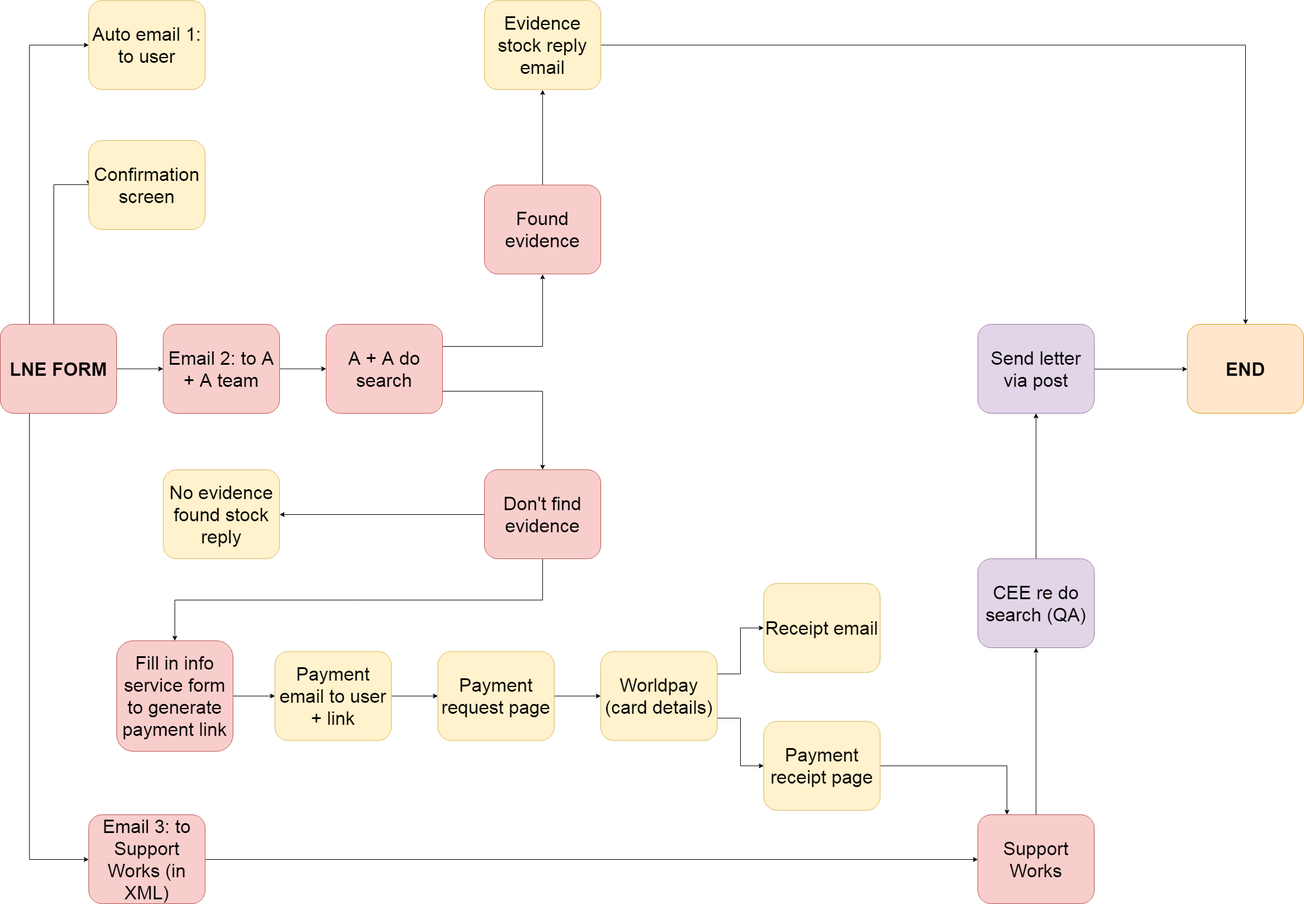
The draw.io diagram documentation/LNE backend workflow.png in nationalarchives/letters-of-no-evidence, before a commit. Source tidied: cells renumbered, new cells last; positions are measured from the earlier drawing's top-left corner, leaving out a move shared by most shapes. Its diagram source:
```xml
<mxGraphModel background="#ffffff">
  <root>
    <mxCell id="0" />
    <mxCell id="1" parent="0" />
    <mxCell id="2" style="edgeStyle=orthogonalEdgeStyle;rounded=0;html=1;exitX=1;exitY=0.5;entryX=0;entryY=0.5;jettySize=auto;fontSize=32;" parent="1" edge="1" source="3" target="4">
      <mxGeometry relative="1" as="geometry" />
    </mxCell>
    <mxCell id="3" value="&lt;font style=&quot;font-size: 32px;&quot;&gt;Send letter via post&lt;/font&gt;" style="rounded=1;whiteSpace=wrap;html=1;fillColor=#e1d5e7;strokeColor=#9673a6;fontSize=32;" parent="1" vertex="1">
      <mxGeometry x="1680" y="556" width="200" height="153" as="geometry" />
    </mxCell>
    <mxCell id="4" value="&lt;font style=&quot;font-size: 32px&quot;&gt;&lt;b&gt;END&lt;/b&gt;&lt;/font&gt;" style="rounded=1;whiteSpace=wrap;html=1;fillColor=#ffe6cc;strokeColor=#d79b00;fontSize=32;" parent="1" vertex="1">
      <mxGeometry x="2040" y="556" width="200" height="153" as="geometry" />
    </mxCell>
    <mxCell id="5" style="edgeStyle=orthogonalEdgeStyle;rounded=0;html=1;exitX=0.5;exitY=0;entryX=0.5;entryY=1;jettySize=auto;fontSize=32;" parent="1" edge="1" source="6" target="3">
      <mxGeometry relative="1" as="geometry" />
    </mxCell>
    <mxCell id="6" value="CEE re do search (QA)" style="rounded=1;whiteSpace=wrap;html=1;fillColor=#e1d5e7;strokeColor=#9673a6;fontSize=32;" parent="1" vertex="1">
      <mxGeometry x="1680" y="959" width="200" height="153" as="geometry" />
    </mxCell>
    <mxCell id="7" style="edgeStyle=orthogonalEdgeStyle;rounded=0;html=1;exitX=0.25;exitY=0;jettySize=auto;fontSize=32;entryX=0;entryY=0.5;" parent="1" edge="1" source="11" target="23">
      <mxGeometry relative="1" as="geometry" />
    </mxCell>
    <mxCell id="8" style="edgeStyle=orthogonalEdgeStyle;rounded=0;html=1;exitX=0.5;exitY=0;jettySize=auto;fontSize=32;entryX=0;entryY=0.5;" parent="1" edge="1" source="11" target="22">
      <mxGeometry relative="1" as="geometry">
        <Array as="points">
          <mxPoint x="92" y="556" />
          <mxPoint x="92" y="316" />
        </Array>
      </mxGeometry>
    </mxCell>
    <mxCell id="9" style="edgeStyle=orthogonalEdgeStyle;rounded=0;html=1;jettySize=auto;fontSize=32;" parent="1" edge="1" source="11" target="13">
      <mxGeometry relative="1" as="geometry" />
    </mxCell>
    <mxCell id="10" style="edgeStyle=orthogonalEdgeStyle;rounded=0;html=1;exitX=0.25;exitY=1;jettySize=auto;fontSize=32;entryX=0;entryY=0.5;" parent="1" edge="1" source="11" target="21">
      <mxGeometry relative="1" as="geometry" />
    </mxCell>
    <mxCell id="11" value="&lt;font style=&quot;font-size: 32px&quot;&gt;&lt;b&gt;LNE FORM&lt;/b&gt;&lt;/font&gt;" style="rounded=1;whiteSpace=wrap;html=1;fillColor=#f8cecc;strokeColor=#b85450;fontSize=32;" parent="1" vertex="1">
      <mxGeometry y="556" width="200" height="153" as="geometry" />
    </mxCell>
    <mxCell id="12" style="edgeStyle=orthogonalEdgeStyle;rounded=0;html=1;jettySize=auto;fontSize=32;" parent="1" edge="1" source="13" target="16">
      <mxGeometry relative="1" as="geometry" />
    </mxCell>
    <mxCell id="13" value="&lt;font style=&quot;font-size: 32px;&quot;&gt;Email 2: to A + A team&lt;/font&gt;" style="rounded=1;whiteSpace=wrap;html=1;fillColor=#f8cecc;strokeColor=#b85450;fontSize=32;" parent="1" vertex="1">
      <mxGeometry x="280" y="556" width="200" height="153" as="geometry" />
    </mxCell>
    <mxCell id="14" style="edgeStyle=orthogonalEdgeStyle;rounded=0;html=1;exitX=1;exitY=0.25;jettySize=auto;fontSize=32;entryX=0.5;entryY=1;" parent="1" edge="1" source="16" target="25">
      <mxGeometry relative="1" as="geometry" />
    </mxCell>
    <mxCell id="15" style="edgeStyle=orthogonalEdgeStyle;rounded=0;html=1;exitX=1;exitY=0.75;jettySize=auto;fontSize=32;entryX=0.5;entryY=0;" parent="1" edge="1" source="16" target="19">
      <mxGeometry relative="1" as="geometry" />
    </mxCell>
    <mxCell id="16" value="&lt;font style=&quot;font-size: 32px;&quot;&gt;A + A do search&lt;/font&gt;" style="rounded=1;whiteSpace=wrap;html=1;fillColor=#f8cecc;strokeColor=#b85450;fontSize=32;" parent="1" vertex="1">
      <mxGeometry x="560" y="556" width="200" height="153" as="geometry" />
    </mxCell>
    <mxCell id="17" style="edgeStyle=orthogonalEdgeStyle;rounded=0;html=1;exitX=0;exitY=0.5;entryX=1;entryY=0.5;jettySize=auto;fontSize=32;" parent="1" edge="1" source="19" target="42">
      <mxGeometry relative="1" as="geometry" />
    </mxCell>
    <mxCell id="18" style="edgeStyle=orthogonalEdgeStyle;rounded=0;html=1;exitX=0.5;exitY=1;jettySize=auto;fontSize=32;entryX=0.5;entryY=0;" parent="1" edge="1" source="19" target="29">
      <mxGeometry relative="1" as="geometry" />
    </mxCell>
    <mxCell id="19" value="&lt;font style=&quot;font-size: 32px;&quot;&gt;Don't find evidence&lt;/font&gt;" style="rounded=1;whiteSpace=wrap;html=1;fillColor=#f8cecc;strokeColor=#b85450;fontSize=32;" parent="1" vertex="1">
      <mxGeometry x="832" y="806" width="200" height="153" as="geometry" />
    </mxCell>
    <mxCell id="20" style="edgeStyle=orthogonalEdgeStyle;rounded=0;html=1;exitX=1;exitY=0.5;entryX=0;entryY=0.5;jettySize=auto;fontSize=32;" parent="1" edge="1" source="21" target="38">
      <mxGeometry relative="1" as="geometry" />
    </mxCell>
    <mxCell id="21" value="&lt;font style=&quot;font-size: 32px&quot;&gt;Email 3: to Support Works (in XML)&lt;/font&gt;" style="rounded=1;whiteSpace=wrap;html=1;fillColor=#f8cecc;strokeColor=#b85450;fontSize=32;" parent="1" vertex="1">
      <mxGeometry x="152" y="1399" width="200" height="153" as="geometry" />
    </mxCell>
    <mxCell id="22" value="&lt;font style=&quot;font-size: 32px;&quot;&gt;Confirmation screen&lt;/font&gt;" style="rounded=1;whiteSpace=wrap;html=1;fillColor=#fff2cc;strokeColor=#d6b656;fontSize=32;" parent="1" vertex="1">
      <mxGeometry x="152" y="240" width="200" height="153" as="geometry" />
    </mxCell>
    <mxCell id="23" value="&lt;font style=&quot;font-size: 32px;&quot;&gt;Auto email 1: to user&lt;/font&gt;" style="rounded=1;whiteSpace=wrap;html=1;fillColor=#fff2cc;strokeColor=#d6b656;fontSize=32;" parent="1" vertex="1">
      <mxGeometry x="152" y="-0.5" width="200" height="153" as="geometry" />
    </mxCell>
    <mxCell id="24" style="edgeStyle=orthogonalEdgeStyle;rounded=0;html=1;exitX=0.5;exitY=0;entryX=0.5;entryY=1;jettySize=auto;fontSize=32;" parent="1" edge="1" source="25" target="27">
      <mxGeometry relative="1" as="geometry" />
    </mxCell>
    <mxCell id="25" value="&lt;font style=&quot;font-size: 32px;&quot;&gt;Found evidence&lt;/font&gt;" style="rounded=1;whiteSpace=wrap;html=1;fillColor=#f8cecc;strokeColor=#b85450;fontSize=32;" parent="1" vertex="1">
      <mxGeometry x="832" y="316.5" width="200" height="153" as="geometry" />
    </mxCell>
    <mxCell id="26" style="edgeStyle=orthogonalEdgeStyle;rounded=0;html=1;exitX=1;exitY=0.5;jettySize=auto;fontSize=32;entryX=0.5;entryY=0;" parent="1" edge="1" source="27" target="4">
      <mxGeometry relative="1" as="geometry" />
    </mxCell>
    <mxCell id="27" value="&lt;font style=&quot;font-size: 32px;&quot;&gt;Evidence stock reply email&lt;/font&gt;" style="rounded=1;whiteSpace=wrap;html=1;fillColor=#fff2cc;strokeColor=#d6b656;fontSize=32;" parent="1" vertex="1">
      <mxGeometry x="832" y="-0.5" width="200" height="153" as="geometry" />
    </mxCell>
    <mxCell id="28" style="edgeStyle=orthogonalEdgeStyle;rounded=0;html=1;jettySize=auto;fontSize=32;" parent="1" edge="1" source="29" target="31">
      <mxGeometry relative="1" as="geometry" />
    </mxCell>
    <mxCell id="29" value="&lt;font style=&quot;font-size: 32px&quot;&gt;Fill in info service form to generate payment link&lt;/font&gt;" style="rounded=1;whiteSpace=wrap;html=1;fillColor=#f8cecc;strokeColor=#b85450;fontSize=32;" parent="1" vertex="1">
      <mxGeometry x="200" y="1100" width="200" height="190" as="geometry" />
    </mxCell>
    <mxCell id="30" style="edgeStyle=orthogonalEdgeStyle;rounded=0;html=1;jettySize=auto;fontSize=32;" parent="1" edge="1" source="31" target="36">
      <mxGeometry relative="1" as="geometry" />
    </mxCell>
    <mxCell id="31" value="&lt;font style=&quot;font-size: 32px;&quot;&gt;Payment email to user + link&lt;/font&gt;" style="rounded=1;whiteSpace=wrap;html=1;fillColor=#fff2cc;strokeColor=#d6b656;fontSize=32;" parent="1" vertex="1">
      <mxGeometry x="472" y="1118.5" width="200" height="153" as="geometry" />
    </mxCell>
    <mxCell id="32" style="edgeStyle=orthogonalEdgeStyle;rounded=0;html=1;exitX=1;exitY=0.25;entryX=0;entryY=0.5;jettySize=auto;fontSize=32;" parent="1" edge="1" source="34" target="39">
      <mxGeometry relative="1" as="geometry" />
    </mxCell>
    <mxCell id="33" style="edgeStyle=orthogonalEdgeStyle;rounded=0;html=1;exitX=1;exitY=0.75;entryX=0;entryY=0.5;jettySize=auto;fontSize=32;" parent="1" edge="1" source="34" target="41">
      <mxGeometry relative="1" as="geometry" />
    </mxCell>
    <mxCell id="34" value="&lt;font style=&quot;font-size: 32px;&quot;&gt;Worldpay (card details)&lt;/font&gt;" style="rounded=1;whiteSpace=wrap;html=1;fillColor=#fff2cc;strokeColor=#d6b656;fontSize=32;" parent="1" vertex="1">
      <mxGeometry x="1032" y="1118.5" width="200" height="153" as="geometry" />
    </mxCell>
    <mxCell id="35" style="edgeStyle=orthogonalEdgeStyle;rounded=0;html=1;jettySize=auto;fontSize=32;" parent="1" edge="1" source="36" target="34">
      <mxGeometry relative="1" as="geometry" />
    </mxCell>
    <mxCell id="36" value="&lt;font style=&quot;font-size: 32px;&quot;&gt;Payment request page&lt;/font&gt;" style="rounded=1;whiteSpace=wrap;html=1;fillColor=#fff2cc;strokeColor=#d6b656;fontSize=32;" parent="1" vertex="1">
      <mxGeometry x="752" y="1118.5" width="200" height="153" as="geometry" />
    </mxCell>
    <mxCell id="37" style="edgeStyle=orthogonalEdgeStyle;rounded=0;html=1;exitX=0.5;exitY=0;entryX=0.5;entryY=1;jettySize=auto;fontSize=32;" parent="1" edge="1" source="38" target="6">
      <mxGeometry relative="1" as="geometry" />
    </mxCell>
    <mxCell id="38" value="&lt;font style=&quot;font-size: 32px&quot;&gt;Support Works&lt;/font&gt;" style="rounded=1;whiteSpace=wrap;html=1;fillColor=#f8cecc;strokeColor=#b85450;fontSize=32;" parent="1" vertex="1">
      <mxGeometry x="1680" y="1399" width="200" height="153" as="geometry" />
    </mxCell>
    <mxCell id="39" value="Receipt email" style="rounded=1;whiteSpace=wrap;html=1;fillColor=#fff2cc;strokeColor=#d6b656;fontSize=32;" parent="1" vertex="1">
      <mxGeometry x="1312" y="1001.5" width="200" height="153" as="geometry" />
    </mxCell>
    <mxCell id="40" style="edgeStyle=orthogonalEdgeStyle;rounded=0;html=1;jettySize=auto;fontSize=32;entryX=0.25;entryY=0;" parent="1" edge="1" source="41" target="38">
      <mxGeometry relative="1" as="geometry" />
    </mxCell>
    <mxCell id="41" value="&lt;font style=&quot;font-size: 32px;&quot;&gt;Payment receipt page&lt;/font&gt;" style="rounded=1;whiteSpace=wrap;html=1;fillColor=#fff2cc;strokeColor=#d6b656;fontSize=32;" parent="1" vertex="1">
      <mxGeometry x="1312" y="1238.5" width="200" height="153" as="geometry" />
    </mxCell>
    <mxCell id="42" value="&lt;font style=&quot;font-size: 32px;&quot;&gt;No evidence found stock reply&lt;/font&gt;" style="rounded=1;whiteSpace=wrap;html=1;fillColor=#fff2cc;strokeColor=#d6b656;fontSize=32;" parent="1" vertex="1">
      <mxGeometry x="280" y="806" width="200" height="153" as="geometry" />
    </mxCell>
  </root>
</mxGraphModel>
```
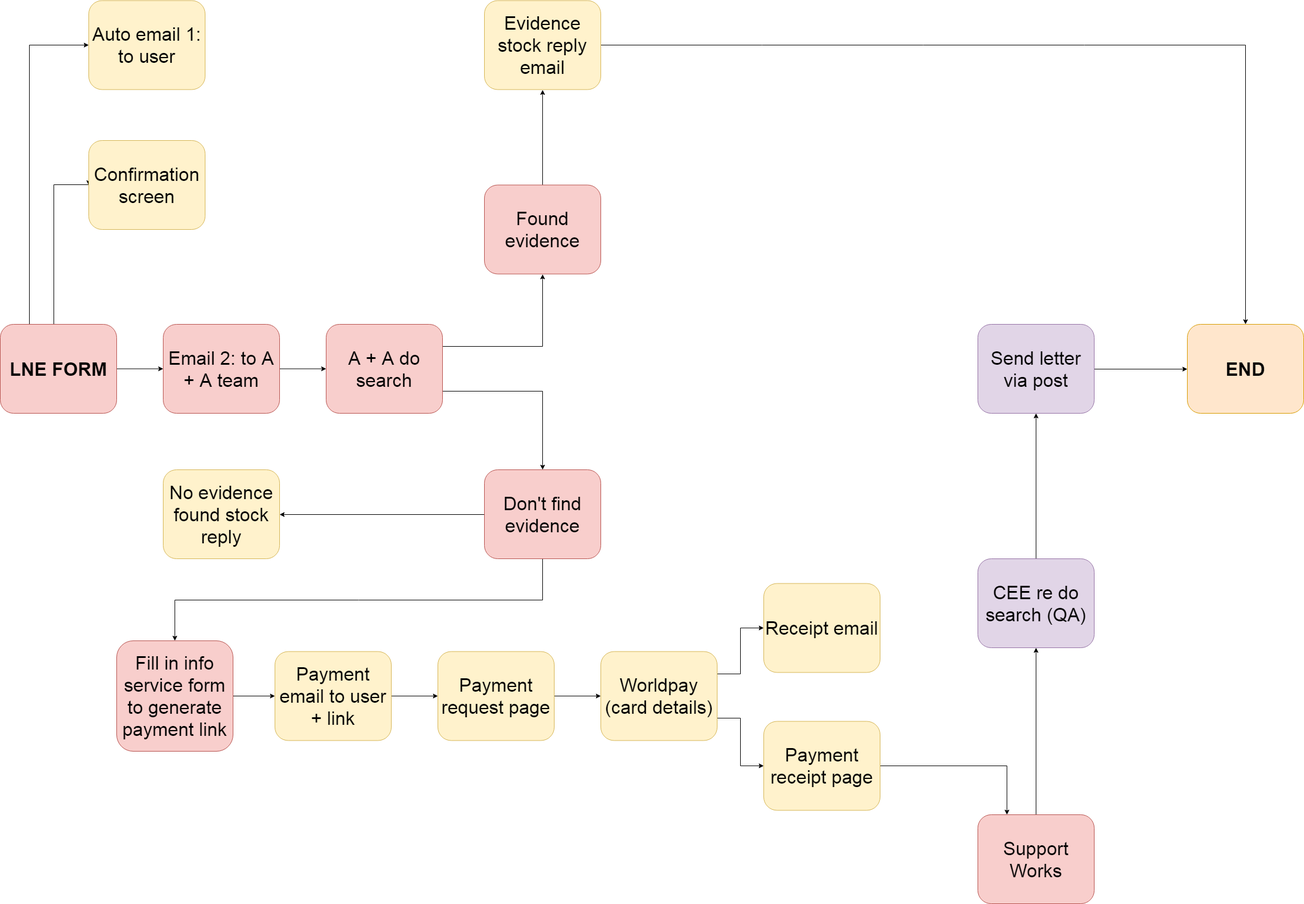
Later version of the same file.

Change to the diagram source:
```diff
@@ -31,9 +31,6 @@
     <mxCell id="9" style="edgeStyle=orthogonalEdgeStyle;rounded=0;html=1;jettySize=auto;fontSize=32;" parent="1" edge="1" source="11" target="13">
       <mxGeometry relative="1" as="geometry" />
     </mxCell>
-    <mxCell id="10" style="edgeStyle=orthogonalEdgeStyle;rounded=0;html=1;exitX=0.25;exitY=1;jettySize=auto;fontSize=32;entryX=0;entryY=0.5;" parent="1" edge="1" source="11" target="21">
-      <mxGeometry relative="1" as="geometry" />
-    </mxCell>
     <mxCell id="11" value="&lt;font style=&quot;font-size: 32px&quot;&gt;&lt;b&gt;LNE FORM&lt;/b&gt;&lt;/font&gt;" style="rounded=1;whiteSpace=wrap;html=1;fillColor=#f8cecc;strokeColor=#b85450;fontSize=32;" parent="1" vertex="1">
       <mxGeometry y="556" width="200" height="153" as="geometry" />
     </mxCell>
@@ -61,12 +58,6 @@
     <mxCell id="19" value="&lt;font style=&quot;font-size: 32px;&quot;&gt;Don't find evidence&lt;/font&gt;" style="rounded=1;whiteSpace=wrap;html=1;fillColor=#f8cecc;strokeColor=#b85450;fontSize=32;" parent="1" vertex="1">
       <mxGeometry x="832" y="806" width="200" height="153" as="geometry" />
     </mxCell>
-    <mxCell id="20" style="edgeStyle=orthogonalEdgeStyle;rounded=0;html=1;exitX=1;exitY=0.5;entryX=0;entryY=0.5;jettySize=auto;fontSize=32;" parent="1" edge="1" source="21" target="38">
-      <mxGeometry relative="1" as="geometry" />
-    </mxCell>
-    <mxCell id="21" value="&lt;font style=&quot;font-size: 32px&quot;&gt;Email 3: to Support Works (in XML)&lt;/font&gt;" style="rounded=1;whiteSpace=wrap;html=1;fillColor=#f8cecc;strokeColor=#b85450;fontSize=32;" parent="1" vertex="1">
-      <mxGeometry x="152" y="1399" width="200" height="153" as="geometry" />
-    </mxCell>
     <mxCell id="22" value="&lt;font style=&quot;font-size: 32px;&quot;&gt;Confirmation screen&lt;/font&gt;" style="rounded=1;whiteSpace=wrap;html=1;fillColor=#fff2cc;strokeColor=#d6b656;fontSize=32;" parent="1" vertex="1">
       <mxGeometry x="152" y="240" width="200" height="153" as="geometry" />
     </mxCell>
```
